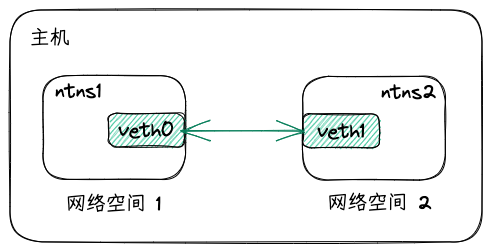
iDukeLu/iDukeLu.github.io keeps this Excalidraw diagram as static/excalidraw/docker/linux_veth_pair_in_docker.excalidraw.png. Above is the earlier version. Source tidied: one line per element, renumbered; positions are measured from the earlier drawing's top-left corner, leaving out a move shared by most shapes. Its diagram source:
```json
{"id": 0, "type": "rectangle", "strokeColor": "#000000", "strokeWidth": 1, "roughness": 1, "round": true, "x": 0, "y": 0, "width": 472, "height": 232}
{"id": 1, "type": "rectangle", "strokeColor": "#000000", "strokeWidth": 1, "roughness": 1, "round": true, "x": 33, "y": 66, "width": 143, "height": 104}
{"id": 2, "type": "rectangle", "strokeColor": "#000000", "backgroundColor": "#12b886", "fillStyle": "hachure", "strokeWidth": 1, "roughness": 1, "round": true, "x": 98, "y": 103, "width": 76, "height": 34}
{"id": 3, "type": "text", "text": "veth0", "strokeColor": "#000000", "strokeWidth": 1, "roughness": 1, "fontSize": 20, "fontFamily": 1, "textAlign": "center", "verticalAlign": "middle", "inside": 2, "x": 108, "y": 108, "width": 56, "height": 24}
{"id": 4, "type": "text", "text": "ntns1", "strokeColor": "#000000", "strokeWidth": 1, "roughness": 1, "fontSize": 20, "fontFamily": 1, "x": 45, "y": 69, "width": 46, "height": 24}
{"id": 5, "type": "text", "text": "网络空间 1", "strokeColor": "#000000", "strokeWidth": 1, "roughness": 1, "fontSize": 20, "fontFamily": 1, "x": 56, "y": 182, "width": 95, "height": 24}
{"id": 6, "type": "rectangle", "strokeColor": "#000000", "strokeWidth": 1, "roughness": 1, "round": true, "x": 293, "y": 66, "width": 143, "height": 104}
{"id": 7, "type": "rectangle", "strokeColor": "#000000", "backgroundColor": "#12b886", "fillStyle": "hachure", "strokeWidth": 1, "roughness": 1, "round": true, "x": 293, "y": 104, "width": 76, "height": 34}
{"id": 8, "type": "text", "text": "veth1", "strokeColor": "#000000", "strokeWidth": 1, "roughness": 1, "fontSize": 20, "fontFamily": 1, "textAlign": "center", "verticalAlign": "middle", "inside": 7, "x": 307, "y": 109, "width": 48, "height": 24}
{"id": 9, "type": "text", "text": "ntns2", "strokeColor": "#000000", "strokeWidth": 1, "roughness": 1, "fontSize": 20, "fontFamily": 1, "x": 371, "y": 70, "width": 55, "height": 24}
{"id": 10, "type": "text", "text": "网络空间 2", "strokeColor": "#000000", "strokeWidth": 1, "roughness": 1, "fontSize": 20, "fontFamily": 1, "x": 318, "y": 181, "width": 104, "height": 24}
{"id": 11, "type": "arrow", "strokeColor": "#087f5b", "strokeWidth": 1, "roughness": 1, "startArrowhead": "arrow", "endArrowhead": "arrow", "round": true, "x": 172, "y": 121, "width": 123, "height": 0, "points": [[0, 0], [123, 0]]}
{"id": 12, "type": "text", "text": "主机", "strokeColor": "#000000", "strokeWidth": 1, "roughness": 1, "fontSize": 20, "fontFamily": 1, "x": 20, "y": 16, "width": 40, "height": 24}
```
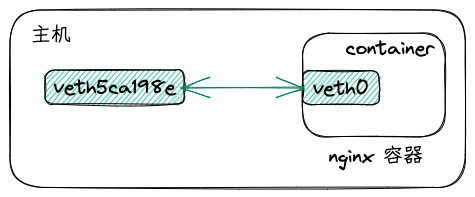
After the commit.

Diff of the diagram source:
```diff
@@ -1,13 +1,10 @@
-{"id": 0, "type": "rectangle", "strokeColor": "#000000", "strokeWidth": 1, "roughness": 1, "round": true, "x": 0, "y": 0, "width": 472, "height": 232}
+{"id": 0, "type": "rectangle", "strokeColor": "#000000", "strokeWidth": 1, "roughness": 1, "round": true, "x": 0, "y": 43, "width": 455, "height": 177}
-{"id": 1, "type": "rectangle", "strokeColor": "#000000", "strokeWidth": 1, "roughness": 1, "round": true, "x": 33, "y": 66, "width": 143, "height": 104}
-{"id": 2, "type": "rectangle", "strokeColor": "#000000", "backgroundColor": "#12b886", "fillStyle": "hachure", "strokeWidth": 1, "roughness": 1, "round": true, "x": 98, "y": 103, "width": 76, "height": 34}
+{"id": 2, "type": "rectangle", "strokeColor": "#000000", "backgroundColor": "#12b886", "fillStyle": "hachure", "strokeWidth": 1, "roughness": 1, "round": true, "x": 35, "y": 103, "width": 139, "height": 34}
-{"id": 3, "type": "text", "text": "veth0", "strokeColor": "#000000", "strokeWidth": 1, "roughness": 1, "fontSize": 20, "fontFamily": 1, "textAlign": "center", "verticalAlign": "middle", "inside": 2, "x": 108, "y": 108, "width": 56, "height": 24}
+{"id": 3, "type": "text", "text": "veth5ca198e", "strokeColor": "#000000", "strokeWidth": 1, "roughness": 1, "fontSize": 20, "fontFamily": 1, "textAlign": "center", "verticalAlign": "middle", "inside": 2, "x": 44, "y": 108, "width": 122, "height": 24}
-{"id": 4, "type": "text", "text": "ntns1", "strokeColor": "#000000", "strokeWidth": 1, "roughness": 1, "fontSize": 20, "fontFamily": 1, "x": 45, "y": 69, "width": 46, "height": 24}
-{"id": 5, "type": "text", "text": "网络空间 1", "strokeColor": "#000000", "strokeWidth": 1, "roughness": 1, "fontSize": 20, "fontFamily": 1, "x": 56, "y": 182, "width": 95, "height": 24}
 {"id": 6, "type": "rectangle", "strokeColor": "#000000", "strokeWidth": 1, "roughness": 1, "round": true, "x": 293, "y": 66, "width": 143, "height": 104}
 {"id": 7, "type": "rectangle", "strokeColor": "#000000", "backgroundColor": "#12b886", "fillStyle": "hachure", "strokeWidth": 1, "roughness": 1, "round": true, "x": 293, "y": 104, "width": 76, "height": 34}
-{"id": 8, "type": "text", "text": "veth1", "strokeColor": "#000000", "strokeWidth": 1, "roughness": 1, "fontSize": 20, "fontFamily": 1, "textAlign": "center", "verticalAlign": "middle", "inside": 7, "x": 307, "y": 109, "width": 48, "height": 24}
+{"id": 8, "type": "text", "text": "veth0", "strokeColor": "#000000", "strokeWidth": 1, "roughness": 1, "fontSize": 20, "fontFamily": 1, "textAlign": "center", "verticalAlign": "middle", "inside": 7, "x": 303, "y": 109, "width": 56, "height": 24}
-{"id": 9, "type": "text", "text": "ntns2", "strokeColor": "#000000", "strokeWidth": 1, "roughness": 1, "fontSize": 20, "fontFamily": 1, "x": 371, "y": 70, "width": 55, "height": 24}
+{"id": 9, "type": "text", "text": "container", "strokeColor": "#000000", "strokeWidth": 1, "roughness": 1, "fontSize": 20, "fontFamily": 1, "x": 336, "y": 70, "width": 88, "height": 24}
-{"id": 10, "type": "text", "text": "网络空间 2", "strokeColor": "#000000", "strokeWidth": 1, "roughness": 1, "fontSize": 20, "fontFamily": 1, "x": 318, "y": 181, "width": 104, "height": 24}
 {"id": 11, "type": "arrow", "strokeColor": "#087f5b", "strokeWidth": 1, "roughness": 1, "startArrowhead": "arrow", "endArrowhead": "arrow", "round": true, "x": 172, "y": 121, "width": 123, "height": 0, "points": [[0, 0], [123, 0]]}
-{"id": 12, "type": "text", "text": "主机", "strokeColor": "#000000", "strokeWidth": 1, "roughness": 1, "fontSize": 20, "fontFamily": 1, "x": 20, "y": 16, "width": 40, "height": 24}
+{"id": 12, "type": "text", "text": "主机", "strokeColor": "#000000", "strokeWidth": 1, "roughness": 1, "fontSize": 20, "fontFamily": 1, "x": 21, "y": 57, "width": 40, "height": 24}
+{"id": 13, "type": "text", "text": "nginx 容器", "strokeColor": "#000000", "strokeWidth": 1, "roughness": 1, "fontSize": 20, "fontFamily": 1, "x": 319, "y": 177, "width": 94, "height": 24}
```
